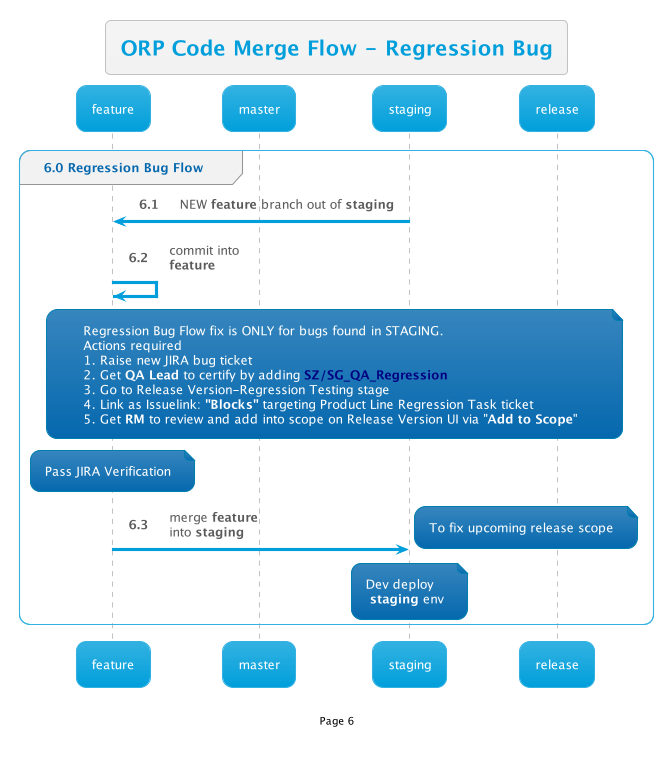
thetomitomo/diagrams keeps this PlantUML diagram as out/RegularRelease/CodeMergeFlow/6/6.png. Above is the earlier version.
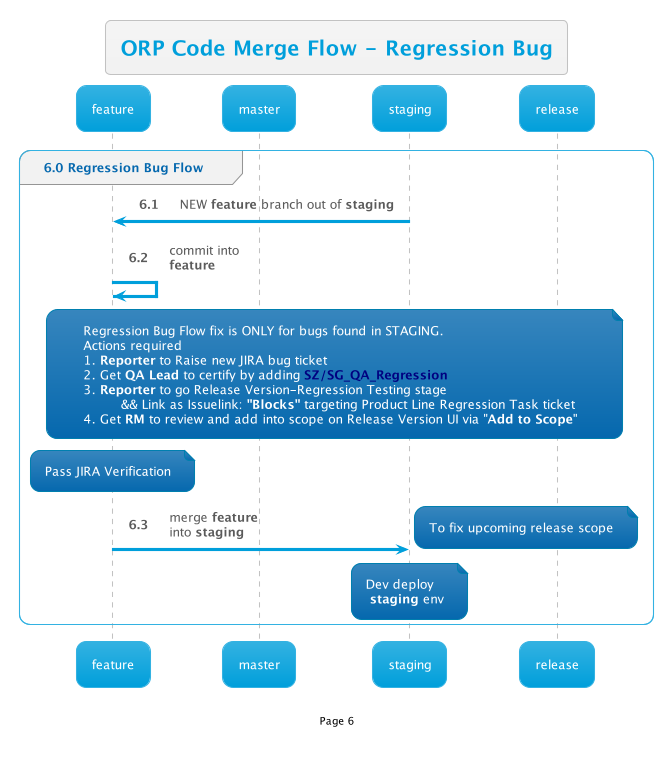
Later version of the same file.

What changed in the source:
```diff
@@ -8,7 +8,7 @@
     staging -> feature: NEW <b>feature</b> branch out of <b>staging</b>
 
     feature -> feature: commit into\n<b>feature</b>
-    note over feature, release : Regression Bug Flow fix is ONLY for bugs found in STAGING.\nActions required\n1. Raise new JIRA bug ticket\n2. Get <b>QA Lead</b> to certify by adding <b><color #Navy>SZ/SG_QA_Regression</color></b> \n3. Go to Release Version-Regression Testing stage\n4. Link as Issuelink: <b>"Blocks"</b> targeting Product Line Regression Task ticket\n5. Get <b>RM</b> to review and add into scope on Release Version UI via "<b>Add to Scope</b>"
+    note over feature, release : Regression Bug Flow fix is ONLY for bugs found in STAGING.\nActions required\n1. <b>Reporter</b> to Raise new JIRA bug ticket\n2. Get <b>QA Lead</b> to certify by adding <b><color #Navy>SZ/SG_QA_Regression</color></b> \n3. <b>Reporter</b> to go Release Version-Regression Testing stage\n\t && Link as Issuelink: <b>"Blocks"</b> targeting Product Line Regression Task ticket\n4. Get <b>RM</b> to review and add into scope on Release Version UI via "<b>Add to Scope</b>"
     note over feature: Pass JIRA Verification
 
     feature -> staging: merge <b>feature</b>\ninto <b>staging</b>
```
